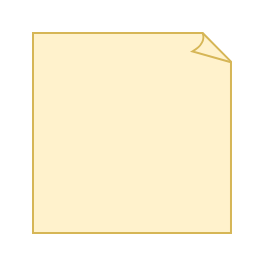
Before: post-it-test.drawio in steffens/20201031_test, a draw.io diagram. Source tidied: cells renumbered, new cells numbered last; positions are measured from the earlier drawing's top-left corner, leaving out a move shared by most shapes. Both pictures are drawn from the tidied source at 200%, with x=0, y=0 at pixel (32, 32).
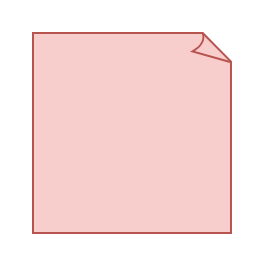
The same page after the edit.

Change to the diagram source:
```diff
@@
 <mxGraphModel>
   <root>
     <mxCell id="0" />
     <mxCell id="1" parent="0" />
-    <mxCell id="2" style="whiteSpace=wrap;html=1;shape=mxgraph.basic.document;fillColor=#fff2cc;strokeColor=#d6b656;" parent="1" vertex="1">
+    <mxCell id="2" style="whiteSpace=wrap;html=1;shape=mxgraph.basic.document;fillColor=#f8cecc;strokeColor=#b85450;" parent="1" vertex="1">
       <mxGeometry width="100" height="100" as="geometry" />
     </mxCell>
   </root>
 </mxGraphModel>
```
